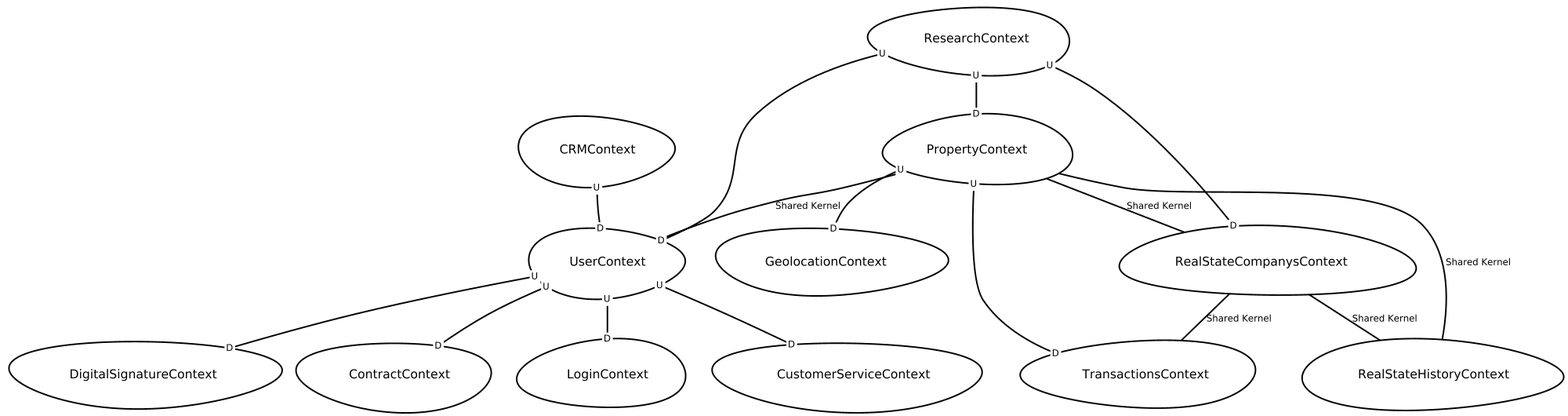
Earlier version of the Graphviz export src-gen/pda_domains_ContextMap.png (lsolier/apps-no-monoliticas). Its source is kept beside it as src-gen/pda_domains_ContextMap.gv. Its diagram source:
```dot
digraph "ContextMapGraph" {
graph ["imagepath"="/tmp/GraphvizJava"]
"CRMContext" ["margin"="0.3","orientation"="333","shape"="egg","fontsize"="16","style"="bold","label"="CRMContext\n","fontname"="sans-serif"]
"UserContext" ["margin"="0.3","orientation"="330","shape"="egg","fontsize"="16","style"="bold","label"="UserContext\n","fontname"="sans-serif"]
"DigitalSignatureContext" ["margin"="0.3","orientation"="226","shape"="egg","fontsize"="16","style"="bold","label"="DigitalSignatureContext\n","fontname"="sans-serif"]
"ContractContext" ["margin"="0.3","orientation"="2","shape"="egg","fontsize"="16","style"="bold","label"="ContractContext\n","fontname"="sans-serif"]
"LoginContext" ["margin"="0.3","orientation"="109","shape"="egg","fontsize"="16","style"="bold","label"="LoginContext\n","fontname"="sans-serif"]
"CustomerServiceContext" ["margin"="0.3","orientation"="24","shape"="egg","fontsize"="16","style"="bold","label"="CustomerServiceContext\n","fontname"="sans-serif"]
"GeolocationContext" ["margin"="0.3","orientation"="294","shape"="egg","fontsize"="16","style"="bold","label"="GeolocationContext\n","fontname"="sans-serif"]
"PropertyContext" ["margin"="0.3","orientation"="328","shape"="egg","fontsize"="16","style"="bold","label"="PropertyContext\n","fontname"="sans-serif"]
"TransactionsContext" ["margin"="0.3","orientation"="270","shape"="egg","fontsize"="16","style"="bold","label"="TransactionsContext\n","fontname"="sans-serif"]
"RealStateCompanysContext" ["margin"="0.3","orientation"="328","shape"="egg","fontsize"="16","style"="bold","label"="RealStateCompanysContext\n","fontname"="sans-serif"]
"RealStateHistoryContext" ["margin"="0.3","orientation"="300","shape"="egg","fontsize"="16","style"="bold","label"="RealStateHistoryContext\n","fontname"="sans-serif"]
"ResearchContext" ["margin"="0.3","orientation"="121","shape"="egg","fontsize"="16","style"="bold","label"="ResearchContext\n","fontname"="sans-serif"]
"CRMContext" -> "UserContext" ["headlabel"=<<table cellspacing="0" cellborder="0" border="0">
<tr><td bgcolor="white">D</td></tr>
</table>>,"labeldistance"="0","fontsize"="12","taillabel"=<<table cellspacing="0" cellborder="0" border="0">
<tr><td bgcolor="white">U</td></tr>
</table>>,"style"="bold","label"="                                        ","dir"="none","fontname"="sans-serif"]
"UserContext" -> "DigitalSignatureContext" ["headlabel"=<<table cellspacing="0" cellborder="0" border="0">
<tr><td bgcolor="white">D</td></tr>
</table>>,"labeldistance"="0","fontsize"="12","taillabel"=<<table cellspacing="0" cellborder="0" border="0">
<tr><td bgcolor="white">U</td></tr>
</table>>,"style"="bold","label"="                                        ","dir"="none","fontname"="sans-serif"]
"UserContext" -> "ContractContext" ["headlabel"=<<table cellspacing="0" cellborder="0" border="0">
<tr><td bgcolor="white">D</td></tr>
</table>>,"labeldistance"="0","fontsize"="12","taillabel"=<<table cellspacing="0" cellborder="0" border="0">
<tr><td bgcolor="white">U</td></tr>
</table>>,"style"="bold","label"="                                        ","dir"="none","fontname"="sans-serif"]
"UserContext" -> "LoginContext" ["headlabel"=<<table cellspacing="0" cellborder="0" border="0">
<tr><td bgcolor="white">D</td></tr>
</table>>,"labeldistance"="0","fontsize"="12","taillabel"=<<table cellspacing="0" cellborder="0" border="0">
<tr><td bgcolor="white">U</td></tr>
</table>>,"style"="bold","label"="                                        ","dir"="none","fontname"="sans-serif"]
"UserContext" -> "CustomerServiceContext" ["headlabel"=<<table cellspacing="0" cellborder="0" border="0">
<tr><td bgcolor="white">D</td></tr>
</table>>,"labeldistance"="0","fontsize"="12","taillabel"=<<table cellspacing="0" cellborder="0" border="0">
<tr><td bgcolor="white">U</td></tr>
</table>>,"style"="bold","label"="                                        ","dir"="none","fontname"="sans-serif"]
"PropertyContext" -> "GeolocationContext" ["headlabel"=<<table cellspacing="0" cellborder="0" border="0">
<tr><td bgcolor="white">D</td></tr>
</table>>,"labeldistance"="0","fontsize"="12","taillabel"=<<table cellspacing="0" cellborder="0" border="0">
<tr><td bgcolor="white">U</td></tr>
</table>>,"style"="bold","label"="                                        ","dir"="none","fontname"="sans-serif"]
"PropertyContext" -> "TransactionsContext" ["headlabel"=<<table cellspacing="0" cellborder="0" border="0">
<tr><td bgcolor="white">D</td></tr>
</table>>,"labeldistance"="0","fontsize"="12","taillabel"=<<table cellspacing="0" cellborder="0" border="0">
<tr><td bgcolor="white">U</td></tr>
</table>>,"style"="bold","label"="                                        ","dir"="none","fontname"="sans-serif"]
"PropertyContext" -> "RealStateCompanysContext" ["fontsize"="12","style"="bold","label"="Shared Kernel","dir"="none","fontname"="sans-serif"]
"PropertyContext" -> "UserContext" ["fontsize"="12","style"="bold","label"="Shared Kernel","dir"="none","fontname"="sans-serif"]
"PropertyContext" -> "RealStateHistoryContext" ["fontsize"="12","style"="bold","label"="Shared Kernel","dir"="none","fontname"="sans-serif"]
"RealStateCompanysContext" -> "RealStateHistoryContext" ["fontsize"="12","style"="bold","label"="Shared Kernel","dir"="none","fontname"="sans-serif"]
"RealStateCompanysContext" -> "TransactionsContext" ["fontsize"="12","style"="bold","label"="Shared Kernel","dir"="none","fontname"="sans-serif"]
"ResearchContext" -> "PropertyContext" ["headlabel"=<<table cellspacing="0" cellborder="0" border="0">
<tr><td bgcolor="white">D</td></tr>
</table>>,"labeldistance"="0","fontsize"="12","taillabel"=<<table cellspacing="0" cellborder="0" border="0">
<tr><td bgcolor="white">U</td></tr>
</table>>,"style"="bold","label"="                                        ","dir"="none","fontname"="sans-serif"]
"ResearchContext" -> "RealStateCompanysContext" ["headlabel"=<<table cellspacing="0" cellborder="0" border="0">
<tr><td bgcolor="white">D</td></tr>
</table>>,"labeldistance"="0","fontsize"="12","taillabel"=<<table cellspacing="0" cellborder="0" border="0">
<tr><td bgcolor="white">U</td></tr>
</table>>,"style"="bold","label"="                                        ","dir"="none","fontname"="sans-serif"]
"ResearchContext" -> "UserContext" ["headlabel"=<<table cellspacing="0" cellborder="0" border="0">
<tr><td bgcolor="white">D</td></tr>
</table>>,"labeldistance"="0","fontsize"="12","taillabel"=<<table cellspacing="0" cellborder="0" border="0">
<tr><td bgcolor="white">U</td></tr>
</table>>,"style"="bold","label"="                                        ","dir"="none","fontname"="sans-serif"]
}
```
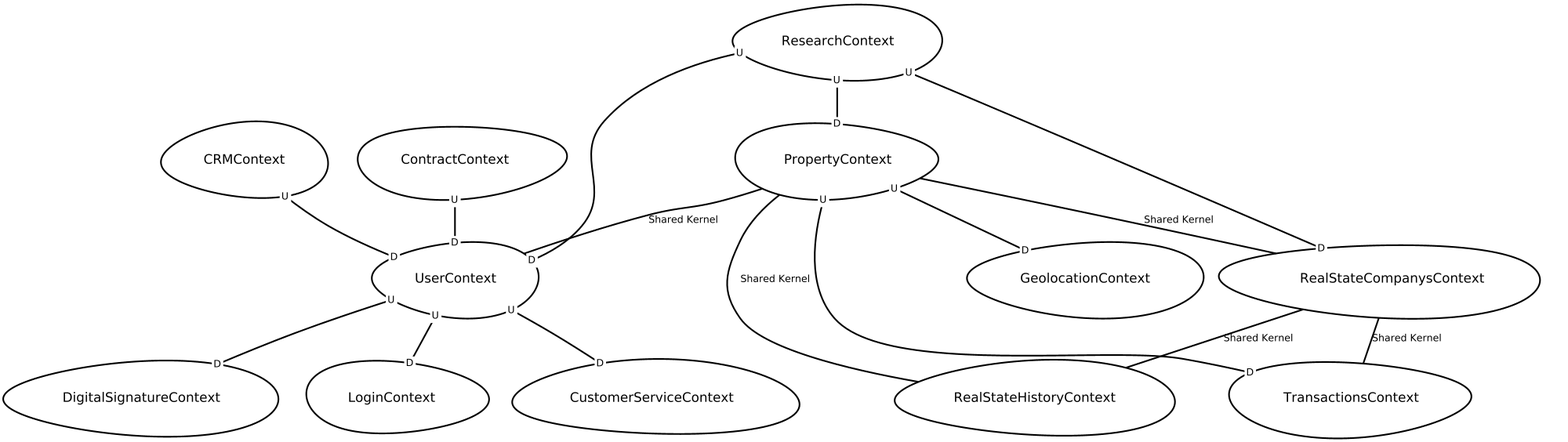
Later version of the same file.

Diff of the diagram source:
```diff
@@ -1,28 +1,23 @@
 digraph "ContextMapGraph" {
 graph ["imagepath"="/tmp/GraphvizJava"]
-"CRMContext" ["margin"="0.3","orientation"="333","shape"="egg","fontsize"="16","style"="bold","label"="CRMContext\n","fontname"="sans-serif"]
-"UserContext" ["margin"="0.3","orientation"="330","shape"="egg","fontsize"="16","style"="bold","label"="UserContext\n","fontname"="sans-serif"]
-"DigitalSignatureContext" ["margin"="0.3","orientation"="226","shape"="egg","fontsize"="16","style"="bold","label"="DigitalSignatureContext\n","fontname"="sans-serif"]
-"ContractContext" ["margin"="0.3","orientation"="2","shape"="egg","fontsize"="16","style"="bold","label"="ContractContext\n","fontname"="sans-serif"]
-"LoginContext" ["margin"="0.3","orientation"="109","shape"="egg","fontsize"="16","style"="bold","label"="LoginContext\n","fontname"="sans-serif"]
-"CustomerServiceContext" ["margin"="0.3","orientation"="24","shape"="egg","fontsize"="16","style"="bold","label"="CustomerServiceContext\n","fontname"="sans-serif"]
-"GeolocationContext" ["margin"="0.3","orientation"="294","shape"="egg","fontsize"="16","style"="bold","label"="GeolocationContext\n","fontname"="sans-serif"]
-"PropertyContext" ["margin"="0.3","orientation"="328","shape"="egg","fontsize"="16","style"="bold","label"="PropertyContext\n","fontname"="sans-serif"]
-"TransactionsContext" ["margin"="0.3","orientation"="270","shape"="egg","fontsize"="16","style"="bold","label"="TransactionsContext\n","fontname"="sans-serif"]
-"RealStateCompanysContext" ["margin"="0.3","orientation"="328","shape"="egg","fontsize"="16","style"="bold","label"="RealStateCompanysContext\n","fontname"="sans-serif"]
-"RealStateHistoryContext" ["margin"="0.3","orientation"="300","shape"="egg","fontsize"="16","style"="bold","label"="RealStateHistoryContext\n","fontname"="sans-serif"]
-"ResearchContext" ["margin"="0.3","orientation"="121","shape"="egg","fontsize"="16","style"="bold","label"="ResearchContext\n","fontname"="sans-serif"]
+"CRMContext" ["margin"="0.3","orientation"="139","shape"="egg","fontsize"="16","style"="bold","label"="CRMContext\n","fontname"="sans-serif"]
+"UserContext" ["margin"="0.3","orientation"="70","shape"="egg","fontsize"="16","style"="bold","label"="UserContext\n","fontname"="sans-serif"]
+"DigitalSignatureContext" ["margin"="0.3","orientation"="176","shape"="egg","fontsize"="16","style"="bold","label"="DigitalSignatureContext\n","fontname"="sans-serif"]
+"LoginContext" ["margin"="0.3","orientation"="334","shape"="egg","fontsize"="16","style"="bold","label"="LoginContext\n","fontname"="sans-serif"]
+"CustomerServiceContext" ["margin"="0.3","orientation"="329","shape"="egg","fontsize"="16","style"="bold","label"="CustomerServiceContext\n","fontname"="sans-serif"]
+"ContractContext" ["margin"="0.3","orientation"="325","shape"="egg","fontsize"="16","style"="bold","label"="ContractContext\n","fontname"="sans-serif"]
+"GeolocationContext" ["margin"="0.3","orientation"="63","shape"="egg","fontsize"="16","style"="bold","label"="GeolocationContext\n","fontname"="sans-serif"]
+"PropertyContext" ["margin"="0.3","orientation"="64","shape"="egg","fontsize"="16","style"="bold","label"="PropertyContext\n","fontname"="sans-serif"]
+"RealStateCompanysContext" ["margin"="0.3","orientation"="321","shape"="egg","fontsize"="16","style"="bold","label"="RealStateCompanysContext\n","fontname"="sans-serif"]
+"TransactionsContext" ["margin"="0.3","orientation"="53","shape"="egg","fontsize"="16","style"="bold","label"="TransactionsContext\n","fontname"="sans-serif"]
+"RealStateHistoryContext" ["margin"="0.3","orientation"="348","shape"="egg","fontsize"="16","style"="bold","label"="RealStateHistoryContext\n","fontname"="sans-serif"]
+"ResearchContext" ["margin"="0.3","orientation"="83","shape"="egg","fontsize"="16","style"="bold","label"="ResearchContext\n","fontname"="sans-serif"]
 "CRMContext" -> "UserContext" ["headlabel"=<<table cellspacing="0" cellborder="0" border="0">
 <tr><td bgcolor="white">D</td></tr>
 </table>>,"labeldistance"="0","fontsize"="12","taillabel"=<<table cellspacing="0" cellborder="0" border="0">
 <tr><td bgcolor="white">U</td></tr>
 </table>>,"style"="bold","label"="                                        ","dir"="none","fontname"="sans-serif"]
 "UserContext" -> "DigitalSignatureContext" ["headlabel"=<<table cellspacing="0" cellborder="0" border="0">
-<tr><td bgcolor="white">D</td></tr>
-</table>>,"labeldistance"="0","fontsize"="12","taillabel"=<<table cellspacing="0" cellborder="0" border="0">
-<tr><td bgcolor="white">U</td></tr>
-</table>>,"style"="bold","label"="                                        ","dir"="none","fontname"="sans-serif"]
-"UserContext" -> "ContractContext" ["headlabel"=<<table cellspacing="0" cellborder="0" border="0">
 <tr><td bgcolor="white">D</td></tr>
 </table>>,"labeldistance"="0","fontsize"="12","taillabel"=<<table cellspacing="0" cellborder="0" border="0">
 <tr><td bgcolor="white">U</td></tr>
@@ -37,26 +32,26 @@
 </table>>,"labeldistance"="0","fontsize"="12","taillabel"=<<table cellspacing="0" cellborder="0" border="0">
 <tr><td bgcolor="white">U</td></tr>
 </table>>,"style"="bold","label"="                                        ","dir"="none","fontname"="sans-serif"]
+"ContractContext" -> "UserContext" ["headlabel"=<<table cellspacing="0" cellborder="0" border="0">
+<tr><td bgcolor="white">D</td></tr>
+</table>>,"labeldistance"="0","fontsize"="12","taillabel"=<<table cellspacing="0" cellborder="0" border="0">
+<tr><td bgcolor="white">U</td></tr>
+</table>>,"style"="bold","label"="                                        ","dir"="none","fontname"="sans-serif"]
+"PropertyContext" -> "UserContext" ["fontsize"="12","style"="bold","label"="Shared Kernel","dir"="none","fontname"="sans-serif"]
+"PropertyContext" -> "RealStateCompanysContext" ["fontsize"="12","style"="bold","label"="Shared Kernel","dir"="none","fontname"="sans-serif"]
+"PropertyContext" -> "TransactionsContext" ["headlabel"=<<table cellspacing="0" cellborder="0" border="0">
+<tr><td bgcolor="white">D</td></tr>
+</table>>,"labeldistance"="0","fontsize"="12","taillabel"=<<table cellspacing="0" cellborder="0" border="0">
+<tr><td bgcolor="white">U</td></tr>
+</table>>,"style"="bold","label"="                                        ","dir"="none","fontname"="sans-serif"]
 "PropertyContext" -> "GeolocationContext" ["headlabel"=<<table cellspacing="0" cellborder="0" border="0">
 <tr><td bgcolor="white">D</td></tr>
 </table>>,"labeldistance"="0","fontsize"="12","taillabel"=<<table cellspacing="0" cellborder="0" border="0">
 <tr><td bgcolor="white">U</td></tr>
 </table>>,"style"="bold","label"="                                        ","dir"="none","fontname"="sans-serif"]
-"PropertyContext" -> "TransactionsContext" ["headlabel"=<<table cellspacing="0" cellborder="0" border="0">
-<tr><td bgcolor="white">D</td></tr>
-</table>>,"labeldistance"="0","fontsize"="12","taillabel"=<<table cellspacing="0" cellborder="0" border="0">
-<tr><td bgcolor="white">U</td></tr>
-</table>>,"style"="bold","label"="                                        ","dir"="none","fontname"="sans-serif"]
-"PropertyContext" -> "RealStateCompanysContext" ["fontsize"="12","style"="bold","label"="Shared Kernel","dir"="none","fontname"="sans-serif"]
-"PropertyContext" -> "UserContext" ["fontsize"="12","style"="bold","label"="Shared Kernel","dir"="none","fontname"="sans-serif"]
 "PropertyContext" -> "RealStateHistoryContext" ["fontsize"="12","style"="bold","label"="Shared Kernel","dir"="none","fontname"="sans-serif"]
+"RealStateCompanysContext" -> "TransactionsContext" ["fontsize"="12","style"="bold","label"="Shared Kernel","dir"="none","fontname"="sans-serif"]
 "RealStateCompanysContext" -> "RealStateHistoryContext" ["fontsize"="12","style"="bold","label"="Shared Kernel","dir"="none","fontname"="sans-serif"]
-"RealStateCompanysContext" -> "TransactionsContext" ["fontsize"="12","style"="bold","label"="Shared Kernel","dir"="none","fontname"="sans-serif"]
-"ResearchContext" -> "PropertyContext" ["headlabel"=<<table cellspacing="0" cellborder="0" border="0">
-<tr><td bgcolor="white">D</td></tr>
-</table>>,"labeldistance"="0","fontsize"="12","taillabel"=<<table cellspacing="0" cellborder="0" border="0">
-<tr><td bgcolor="white">U</td></tr>
-</table>>,"style"="bold","label"="                                        ","dir"="none","fontname"="sans-serif"]
 "ResearchContext" -> "RealStateCompanysContext" ["headlabel"=<<table cellspacing="0" cellborder="0" border="0">
 <tr><td bgcolor="white">D</td></tr>
 </table>>,"labeldistance"="0","fontsize"="12","taillabel"=<<table cellspacing="0" cellborder="0" border="0">
@@ -67,4 +62,9 @@
 </table>>,"labeldistance"="0","fontsize"="12","taillabel"=<<table cellspacing="0" cellborder="0" border="0">
 <tr><td bgcolor="white">U</td></tr>
 </table>>,"style"="bold","label"="                                        ","dir"="none","fontname"="sans-serif"]
+"ResearchContext" -> "PropertyContext" ["headlabel"=<<table cellspacing="0" cellborder="0" border="0">
+<tr><td bgcolor="white">D</td></tr>
+</table>>,"labeldistance"="0","fontsize"="12","taillabel"=<<table cellspacing="0" cellborder="0" border="0">
+<tr><td bgcolor="white">U</td></tr>
+</table>>,"style"="bold","label"="                                        ","dir"="none","fontname"="sans-serif"]
 }
```
